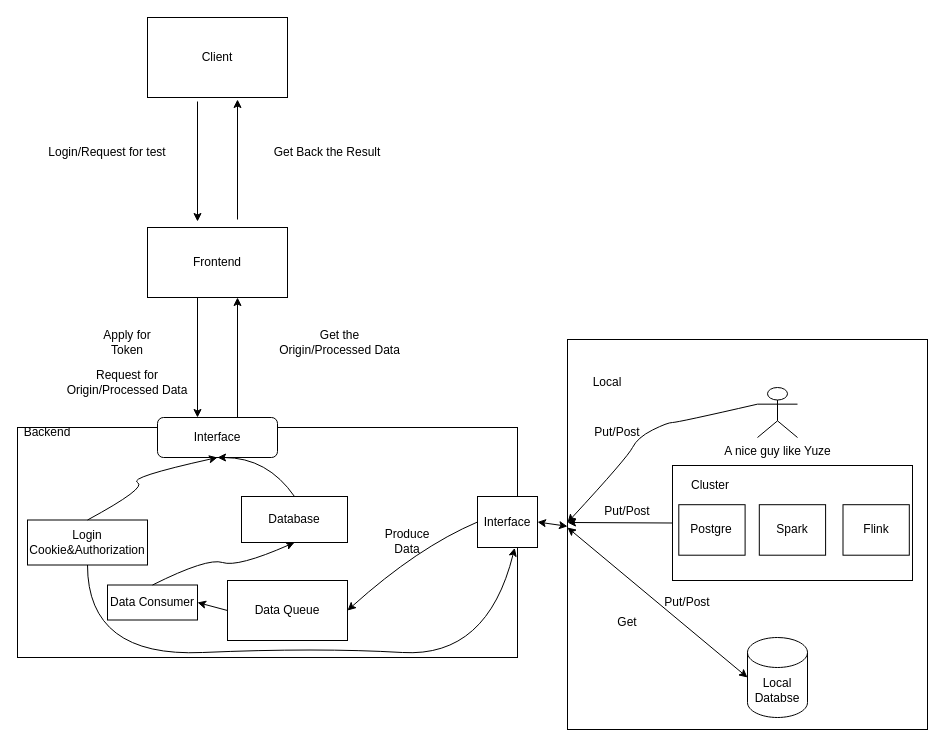
Earlier version of the draw.io diagram Untitled Diagram.drawio (guokedashuaige/styledesign). Source tidied: cells renumbered, new cells numbered last; positions are measured from the earlier drawing's top-left corner, leaving out a move shared by most shapes. Both pictures are drawn from the tidied source at 100%, with x=0, y=0 at pixel (17, 17).
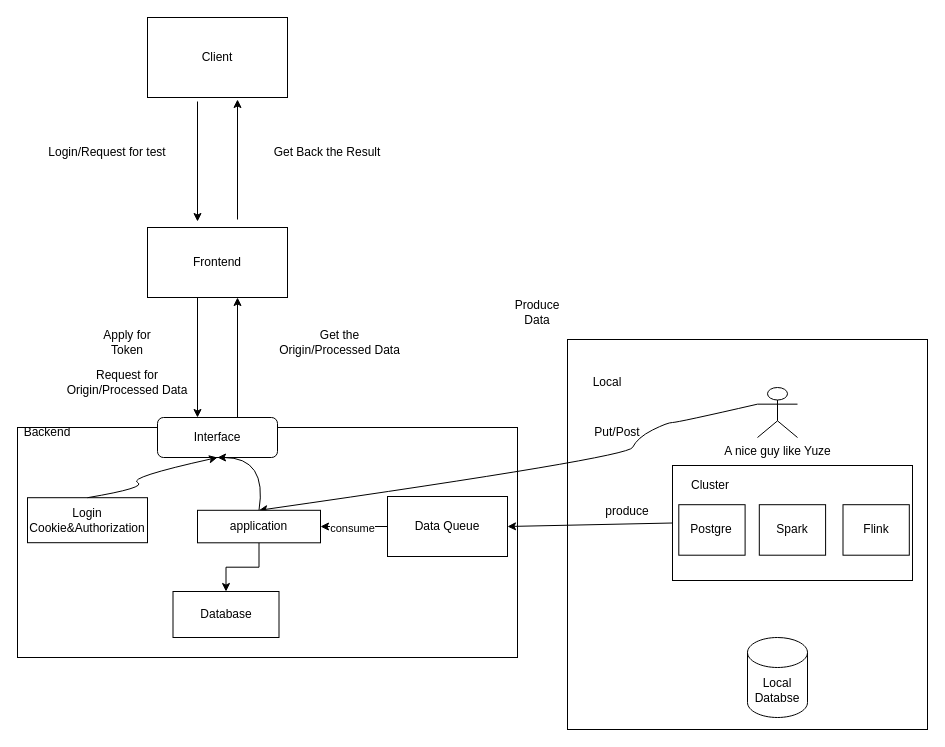
After the change.

Unchanged cells that the change refers to:
```xml
<mxCell id="2" style="rounded=0;whiteSpace=wrap;html=1;" parent="1" vertex="1">
  <mxGeometry x="550" y="322" width="360" height="390" as="geometry" />
</mxCell>
<mxCell id="24" value="A nice guy like Yuze" style="shape=umlActor;verticalLabelPosition=bottom;verticalAlign=top;html=1;outlineConnect=0;" parent="1" vertex="1">
  <mxGeometry x="740" y="370" width="40" height="50" as="geometry" />
</mxCell>
<mxCell id="26" style="rounded=0;whiteSpace=wrap;html=1;" parent="25" vertex="1">
  <mxGeometry width="240" height="115" as="geometry" />
</mxCell>
<mxCell id="35" value="Local Databse" style="shape=cylinder3;whiteSpace=wrap;html=1;boundedLbl=1;backgroundOutline=1;size=15;" parent="1" vertex="1">
  <mxGeometry x="730" y="620" width="60" height="80" as="geometry" />
</mxCell>
<mxCell id="40" value="Interface" style="rounded=1;whiteSpace=wrap;html=1;" parent="1" vertex="1">
  <mxGeometry x="140" y="400" width="120" height="40" as="geometry" />
</mxCell>
```

The edit, as a diff of the source:
```diff
@@
-    <mxCell id="5" style="endArrow=classic;html=1;rounded=0;" parent="1" edge="1">
-      <mxGeometry relative="1" as="geometry">
-        <mxPoint x="220" y="202" as="sourcePoint" />
-        <mxPoint x="220" y="82" as="targetPoint" />
-      </mxGeometry>
-    </mxCell>
-    <mxCell id="6" style="endArrow=classic;html=1;rounded=0;" parent="1" edge="1">
-      <mxGeometry relative="1" as="geometry">
-        <mxPoint x="180" y="84" as="sourcePoint" />
-        <mxPoint x="180" y="204" as="targetPoint" />
-      </mxGeometry>
-    </mxCell>
+    <mxCell id="46" style="endArrow=classic;html=1;rounded=0;" parent="1" edge="1">
+      <mxGeometry relative="1" as="geometry">
+        <mxPoint x="220" y="202" as="sourcePoint" />
+        <mxPoint x="220" y="82" as="targetPoint" />
+      </mxGeometry>
+    </mxCell>
+    <mxCell id="47" style="endArrow=classic;html=1;rounded=0;" parent="1" edge="1">
+      <mxGeometry relative="1" as="geometry">
+        <mxPoint x="180" y="84" as="sourcePoint" />
+        <mxPoint x="180" y="204" as="targetPoint" />
+      </mxGeometry>
+    </mxCell>
@@
-    <mxCell id="10" style="endArrow=classic;html=1;rounded=0;" parent="1" edge="1">
-      <mxGeometry relative="1" as="geometry">
-        <mxPoint x="180" y="280" as="sourcePoint" />
-        <mxPoint x="180" y="400" as="targetPoint" />
-      </mxGeometry>
-    </mxCell>
-    <mxCell id="11" style="endArrow=classic;html=1;rounded=0;" parent="1" edge="1">
-      <mxGeometry relative="1" as="geometry">
-        <mxPoint x="220" y="400" as="sourcePoint" />
-        <mxPoint x="220" y="280" as="targetPoint" />
-      </mxGeometry>
-    </mxCell>
+    <mxCell id="48" style="endArrow=classic;html=1;rounded=0;" parent="1" edge="1">
+      <mxGeometry relative="1" as="geometry">
+        <mxPoint x="180" y="280" as="sourcePoint" />
+        <mxPoint x="180" y="400" as="targetPoint" />
+      </mxGeometry>
+    </mxCell>
+    <mxCell id="49" style="endArrow=classic;html=1;rounded=0;" parent="1" edge="1">
+      <mxGeometry relative="1" as="geometry">
+        <mxPoint x="220" y="400" as="sourcePoint" />
+        <mxPoint x="220" y="280" as="targetPoint" />
+      </mxGeometry>
+    </mxCell>
     <mxCell id="12" value="Login Cookie&amp;amp;Authorization" style="rounded=0;whiteSpace=wrap;html=1;" parent="1" vertex="1">
-      <mxGeometry x="10" y="502.5" width="120" height="45" as="geometry" />
+      <mxGeometry x="10" y="480.2" width="120" height="45" as="geometry" />
     </mxCell>
@@
     <mxCell id="14" value="Data Queue" style="rounded=0;whiteSpace=wrap;html=1;" parent="1" vertex="1">
-      <mxGeometry x="210" y="563" width="120" height="60" as="geometry" />
+      <mxGeometry x="370" y="479" width="120" height="60" as="geometry" />
     </mxCell>
-    <mxCell id="15" value="Data Consumer" style="rounded=0;whiteSpace=wrap;html=1;" parent="1" vertex="1">
-      <mxGeometry x="90" y="567.5" width="90" height="35" as="geometry" />
-    </mxCell>
-    <mxCell id="16" style="endArrow=classic;html=1;rounded=0;entryX=1;entryY=0.5;entryDx=0;entryDy=0;exitX=0;exitY=0.5;exitDx=0;exitDy=0;" parent="1" edge="1" source="14" target="15">
-      <mxGeometry relative="1" as="geometry" />
-    </mxCell>
+    <mxCell id="50" style="endArrow=classic;html=1;rounded=0;exitX=0;exitY=0.5;exitDx=0;exitDy=0;" parent="1" edge="1" source="14" target="57">
+      <mxGeometry relative="1" as="geometry" />
+    </mxCell>
+    <mxCell id="51" value="consume" style="edgeLabel;html=1;align=center;verticalAlign=middle;" parent="50" vertex="1">
+      <mxGeometry x="0.07" y="1" relative="1" as="geometry" />
+    </mxCell>
     <mxCell id="17" value="Database" style="rounded=0;whiteSpace=wrap;html=1;" parent="1" vertex="1">
-      <mxGeometry x="224" y="479" width="106" height="46" as="geometry" />
+      <mxGeometry x="155.5" y="574" width="106" height="46" as="geometry" />
     </mxCell>
@@
-    <mxCell id="21" value="Interface" style="rounded=0;whiteSpace=wrap;html=1;" parent="1" vertex="1">
-      <mxGeometry x="460" y="479" width="60" height="51" as="geometry" />
-    </mxCell>
-    <mxCell id="22" style="endArrow=classic;startArrow=classic;html=1;rounded=0;exitX=1;exitY=0.5;exitDx=0;exitDy=0;entryX=0;entryY=0.479;entryDx=0;entryDy=0;entryPerimeter=0;" parent="1" edge="1" source="21" target="2">
-      <mxGeometry relative="1" as="geometry" />
-    </mxCell>
@@
-    <mxCell id="31" style="curved=1;endArrow=classic;html=1;rounded=0;entryX=0;entryY=0.5;entryDx=0;entryDy=0;exitX=0;exitY=0.3333333333333333;exitDx=0;exitDy=0;exitPerimeter=0;" parent="1" edge="1" source="24">
-      <mxGeometry relative="1" as="geometry">
-        <mxPoint x="550" y="505" as="targetPoint" />
-        <Array as="points">
-          <mxPoint x="660" y="405" />
-          <mxPoint x="650" y="405" />
-          <mxPoint x="620" y="420" />
-          <mxPoint x="610" y="440" />
-        </Array>
-      </mxGeometry>
-    </mxCell>
+    <mxCell id="52" style="curved=1;endArrow=classic;html=1;rounded=0;entryX=0.5;entryY=0;entryDx=0;entryDy=0;exitX=0;exitY=0.3333333333333333;exitDx=0;exitDy=0;exitPerimeter=0;" parent="1" edge="1" source="24" target="57">
+      <mxGeometry relative="1" as="geometry">
+        <Array as="points">
+          <mxPoint x="660" y="405" />
+          <mxPoint x="650" y="405" />
+          <mxPoint x="620" y="420" />
+          <mxPoint x="610" y="440" />
+        </Array>
+      </mxGeometry>
+    </mxCell>
@@
-    <mxCell id="33" style="endArrow=classic;html=1;rounded=0;entryX=0;entryY=0.5;entryDx=0;entryDy=0;exitX=0;exitY=0.5;exitDx=0;exitDy=0;" parent="1" edge="1" source="26">
-      <mxGeometry relative="1" as="geometry">
-        <mxPoint x="550" y="505" as="targetPoint" />
-      </mxGeometry>
-    </mxCell>
-    <mxCell id="34" value="Put/Post" style="text;html=1;strokeColor=none;fillColor=none;align=center;verticalAlign=middle;whiteSpace=wrap;rounded=0;" parent="1" vertex="1">
-      <mxGeometry x="580" y="479" width="60" height="30" as="geometry" />
-    </mxCell>
+    <mxCell id="53" style="endArrow=classic;html=1;rounded=0;entryX=1;entryY=0.5;entryDx=0;entryDy=0;exitX=0;exitY=0.5;exitDx=0;exitDy=0;" parent="1" edge="1" source="26" target="14">
+      <mxGeometry relative="1" as="geometry" />
+    </mxCell>
+    <mxCell id="54" value="produce" style="text;html=1;strokeColor=none;fillColor=none;align=center;verticalAlign=middle;whiteSpace=wrap;rounded=0;" parent="1" vertex="1">
+      <mxGeometry x="580" y="479" width="60" height="30" as="geometry" />
+    </mxCell>
@@
-    <mxCell id="36" style="endArrow=classic;startArrow=classic;html=1;rounded=0;entryX=0;entryY=0.5;entryDx=0;entryDy=0;entryPerimeter=0;" parent="1" edge="1" target="35">
-      <mxGeometry relative="1" as="geometry">
-        <mxPoint x="550" y="510" as="sourcePoint" />
-      </mxGeometry>
-    </mxCell>
-    <mxCell id="37" value="Put/Post" style="text;html=1;strokeColor=none;fillColor=none;align=center;verticalAlign=middle;whiteSpace=wrap;rounded=0;" parent="1" vertex="1">
-      <mxGeometry x="640" y="570" width="60" height="30" as="geometry" />
-    </mxCell>
-    <mxCell id="38" value="Get" style="text;html=1;strokeColor=none;fillColor=none;align=center;verticalAlign=middle;whiteSpace=wrap;rounded=0;" parent="1" vertex="1">
-      <mxGeometry x="580" y="590" width="60" height="30" as="geometry" />
-    </mxCell>
-    <mxCell id="39" style="curved=1;endArrow=classic;html=1;rounded=0;exitX=0.5;exitY=0;exitDx=0;exitDy=0;entryX=0.5;entryY=1;entryDx=0;entryDy=0;" parent="1" edge="1" source="15" target="17">
-      <mxGeometry relative="1" as="geometry">
-        <Array as="points">
-          <mxPoint x="190" y="540" />
-          <mxPoint x="220" y="550" />
-        </Array>
-      </mxGeometry>
-    </mxCell>
@@
-    <mxCell id="41" style="curved=1;endArrow=classic;html=1;rounded=0;entryX=0.5;entryY=1;entryDx=0;entryDy=0;exitX=0.5;exitY=0;exitDx=0;exitDy=0;" parent="1" edge="1" source="17" target="40">
-      <mxGeometry relative="1" as="geometry">
-        <Array as="points">
-          <mxPoint x="250" y="440" />
-        </Array>
-      </mxGeometry>
-    </mxCell>
+    <mxCell id="55" style="curved=1;endArrow=classic;html=1;rounded=0;entryX=0.5;entryY=1;entryDx=0;entryDy=0;exitX=0.5;exitY=0;exitDx=0;exitDy=0;" parent="1" edge="1" source="57" target="40">
+      <mxGeometry relative="1" as="geometry">
+        <Array as="points">
+          <mxPoint x="250" y="440" />
+        </Array>
+      </mxGeometry>
+    </mxCell>
@@
-    <mxCell id="43" style="curved=1;endArrow=classic;html=1;rounded=0;exitX=0.5;exitY=1;exitDx=0;exitDy=0;entryX=0.62;entryY=1.008;entryDx=0;entryDy=0;entryPerimeter=0;" parent="1" edge="1" source="12" target="21">
-      <mxGeometry relative="1" as="geometry">
-        <Array as="points">
-          <mxPoint x="70" y="640" />
-          <mxPoint x="300" y="630" />
-          <mxPoint x="470" y="640" />
-        </Array>
-      </mxGeometry>
-    </mxCell>
-    <mxCell id="44" style="curved=1;endArrow=classic;html=1;rounded=0;exitX=0;exitY=0.5;exitDx=0;exitDy=0;entryX=1;entryY=0.5;entryDx=0;entryDy=0;" parent="1" edge="1" source="21" target="14">
-      <mxGeometry relative="1" as="geometry">
-        <Array as="points">
-          <mxPoint x="400" y="530" />
-        </Array>
-      </mxGeometry>
-    </mxCell>
     <mxCell id="45" value="Produce Data" style="text;html=1;strokeColor=none;fillColor=none;align=center;verticalAlign=middle;whiteSpace=wrap;rounded=0;" parent="1" vertex="1">
-      <mxGeometry x="360" y="509" width="60" height="30" as="geometry" />
+      <mxGeometry x="490" y="280" width="60" height="30" as="geometry" />
     </mxCell>
+    <mxCell id="56" style="edgeStyle=orthogonalEdgeStyle;rounded=0;jettySize=auto;html=1;entryX=0.5;entryY=0;entryDx=0;entryDy=0;" parent="1" edge="1" source="57" target="17">
+      <mxGeometry relative="1" as="geometry" />
+    </mxCell>
+    <mxCell id="57" value="application" style="rounded=0;whiteSpace=wrap;html=1;" parent="1" vertex="1">
+      <mxGeometry x="180" y="492.8" width="123" height="32.5" as="geometry" />
+    </mxCell>
```
